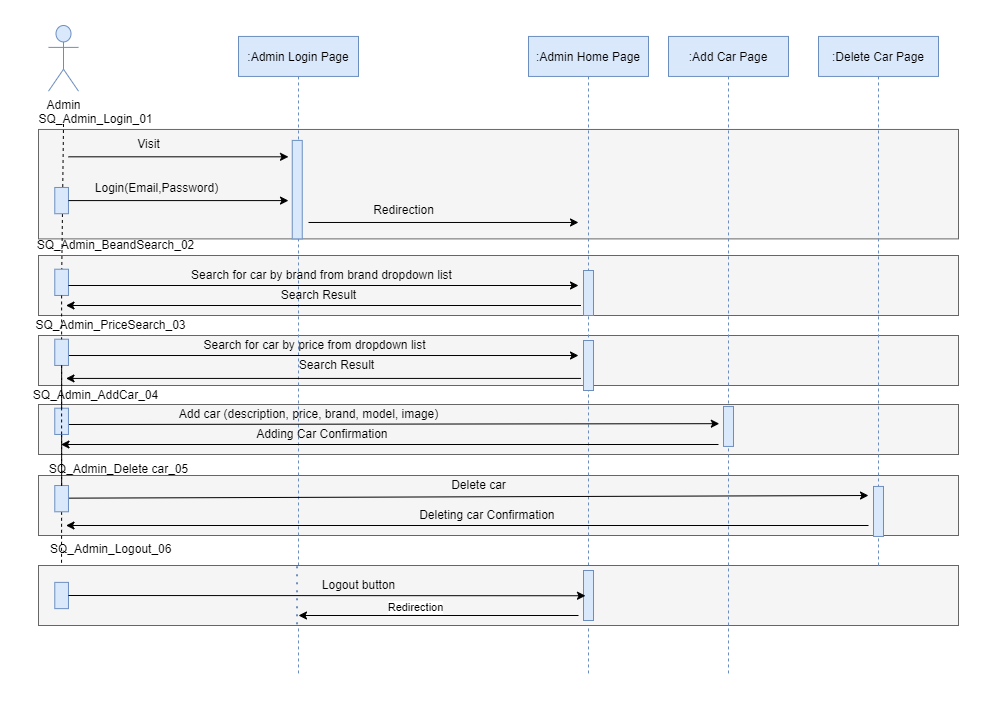
Above: 3- Design/Low-Level-Design/Sequence Diagram/Admin Sequence diagram.png in beshoysamehsamaan/Car-Purchasing-App (draw.io), before the change. Source tidied: cells renumbered, new cells last; positions are measured from the earlier drawing's top-left corner, leaving out a move shared by most shapes.
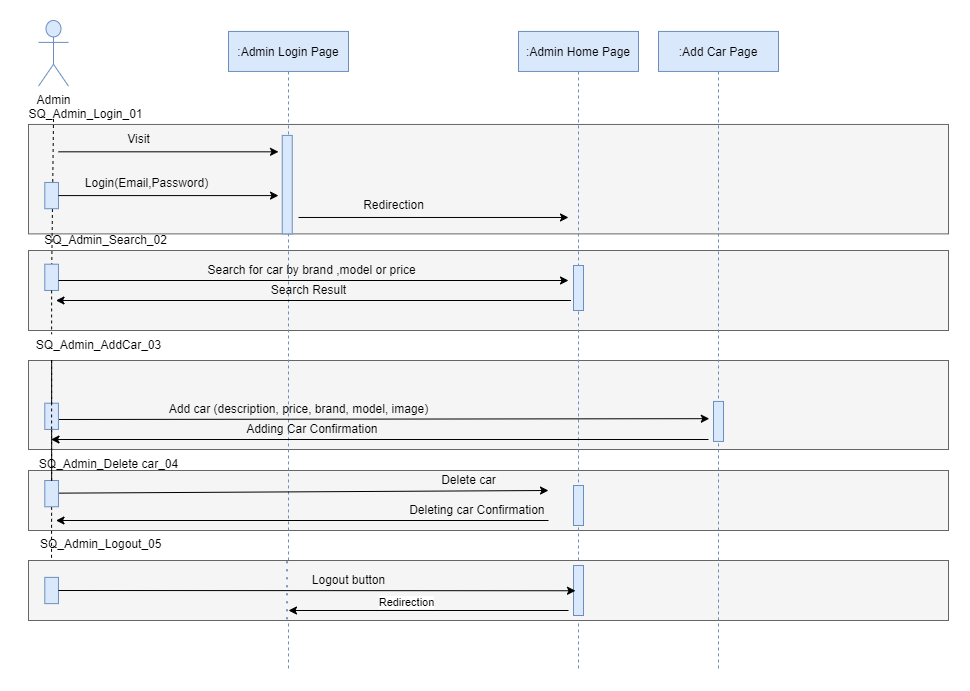
Above is the later version.

Commit message:
updated sequence diagram

Diff of the diagram source:
```diff
@@ -6,16 +6,13 @@
       <mxGeometry x="23" width="910" height="650" as="geometry" />
     </mxCell>
     <mxCell id="3" style="rounded=0;whiteSpace=wrap;html=1;fillColor=#f5f5f5;fontColor=#333333;strokeColor=#666666;" parent="2" vertex="1">
-      <mxGeometry x="-10" y="379" width="920" height="50" as="geometry" />
+      <mxGeometry x="-10" y="340" width="920" height="89" as="geometry" />
     </mxCell>
     <mxCell id="4" style="rounded=0;whiteSpace=wrap;html=1;fillColor=#f5f5f5;fontColor=#333333;strokeColor=#666666;" parent="2" vertex="1">
       <mxGeometry x="-10" y="450" width="920" height="60" as="geometry" />
     </mxCell>
-    <mxCell id="5" style="rounded=0;whiteSpace=wrap;html=1;fillColor=#f5f5f5;fontColor=#333333;strokeColor=#666666;" parent="2" vertex="1">
-      <mxGeometry x="-10" y="310" width="920" height="50" as="geometry" />
-    </mxCell>
     <mxCell id="6" style="rounded=0;whiteSpace=wrap;html=1;fillColor=#f5f5f5;fontColor=#333333;strokeColor=#666666;" parent="2" vertex="1">
-      <mxGeometry x="-10" y="230" width="920" height="60" as="geometry" />
+      <mxGeometry x="-10" y="230" width="920" height="80" as="geometry" />
     </mxCell>
     <mxCell id="7" style="rounded=0;whiteSpace=wrap;html=1;fillColor=#f5f5f5;fontColor=#333333;strokeColor=#666666;" parent="2" vertex="1">
       <mxGeometry x="-10" y="104" width="920" height="109.4" as="geometry" />
@@ -81,21 +78,14 @@
     <mxCell id="22" value="Redirection" style="text;html=1;align=center;verticalAlign=middle;strokeColor=none;fillColor=none;" parent="2" vertex="1">
       <mxGeometry x="315" y="175.1" width="80" height="20" as="geometry" />
     </mxCell>
-    <mxCell id="23" value="Search for car by brand from brand dropdown list" style="text;html=1;align=center;verticalAlign=middle;strokeColor=none;fillColor=none;" parent="2" vertex="1">
-      <mxGeometry x="132.5" y="235" width="280" height="30" as="geometry" />
+    <mxCell id="23" value="Search for car by brand ,model or price" style="text;html=1;align=center;verticalAlign=middle;strokeColor=none;fillColor=none;" parent="2" vertex="1">
+      <mxGeometry x="157.5" y="235" width="230" height="30" as="geometry" />
     </mxCell>
-    <mxCell id="24" value="Search for car by price from dropdown list" style="text;html=1;align=center;verticalAlign=middle;strokeColor=none;fillColor=none;" parent="2" vertex="1">
-      <mxGeometry x="141" y="305" width="250" height="30" as="geometry" />
-    </mxCell>
-    <mxCell id="25" style="endArrow=none;dashed=1;html=1;rounded=0;startArrow=none;" parent="2" edge="1" source="44" target="39">
-      <mxGeometry relative="1" as="geometry" />
+    <mxCell id="25" style="endArrow=none;dashed=1;html=1;rounded=0;startArrow=none;" parent="2" edge="1" source="44">
+      <mxGeometry relative="1" as="geometry">
+        <mxPoint x="13.1" y="340" as="targetPoint" />
+      </mxGeometry>
     </mxCell>
-    <mxCell id="26" style="endArrow=classic;html=1;rounded=0;" parent="2" edge="1">
-      <mxGeometry relative="1" as="geometry">
-        <mxPoint x="20" y="330" as="sourcePoint" />
-        <mxPoint x="530" y="330" as="targetPoint" />
-      </mxGeometry>
-    </mxCell>
     <mxCell id="27" style="endArrow=none;dashed=1;html=1;rounded=0;startArrow=none;" parent="2" edge="1" source="44">
       <mxGeometry relative="1" as="geometry">
         <mxPoint x="13" y="563" as="targetPoint" />
@@ -112,12 +102,6 @@
         <mxPoint x="20" y="399" as="sourcePoint" />
       </mxGeometry>
     </mxCell>
-    <mxCell id="31" style="endArrow=classic;html=1;rounded=0;" parent="2" edge="1">
-      <mxGeometry relative="1" as="geometry">
-        <mxPoint x="532.5" y="352.9" as="sourcePoint" />
-        <mxPoint x="17.5" y="352.9" as="targetPoint" />
-      </mxGeometry>
-    </mxCell>
     <mxCell id="32" value="Adding Car Confirmation&amp;nbsp;" style="text;html=1;align=center;verticalAlign=middle;strokeColor=none;fillColor=none;" parent="2" vertex="1">
       <mxGeometry x="200" y="399" width="150" height="20" as="geometry" />
     </mxCell>
@@ -127,7 +111,7 @@
     <mxCell id="34" style="endArrow=classic;html=1;rounded=0;" parent="2" edge="1">
       <mxGeometry relative="1" as="geometry">
         <mxPoint x="17.5" y="472.7" as="sourcePoint" />
-        <mxPoint x="820" y="470" as="targetPoint" />
+        <mxPoint x="510" y="470" as="targetPoint" />
       </mxGeometry>
     </mxCell>
     <mxCell id="35" value="Add car (description, price, brand, model, image)" style="text;html=1;align=center;verticalAlign=middle;strokeColor=none;fillColor=none;" parent="2" vertex="1">
@@ -142,20 +126,18 @@
         <mxPoint x="12.5" y="419" as="targetPoint" />
       </mxGeometry>
     </mxCell>
-    <mxCell id="38" value="Search Result" style="text;html=1;align=center;verticalAlign=middle;strokeColor=none;fillColor=none;" parent="2" vertex="1">
-      <mxGeometry x="237.5" y="325" width="100" height="30" as="geometry" />
-    </mxCell>
-    <mxCell id="39" style="rounded=0;whiteSpace=wrap;html=1;rotation=90;fillColor=#dae8fc;strokeColor=#6c8ebf;" parent="2" vertex="1">
-      <mxGeometry y="320" width="26.2" height="13.7" as="geometry" />
-    </mxCell>
-    <mxCell id="40" style="endArrow=none;dashed=1;html=1;rounded=0;startArrow=none;" parent="2" edge="1" source="19" target="39">
-      <mxGeometry relative="1" as="geometry" />
+    <mxCell id="40" style="endArrow=none;dashed=1;html=1;rounded=0;startArrow=none;" parent="2" edge="1" source="19">
+      <mxGeometry relative="1" as="geometry">
+        <mxPoint x="13.1" y="313.7" as="targetPoint" />
+      </mxGeometry>
     </mxCell>
     <mxCell id="41" style="rounded=0;whiteSpace=wrap;html=1;rotation=90;fillColor=#dae8fc;strokeColor=#6c8ebf;" parent="2" vertex="1">
       <mxGeometry y="389" width="26.2" height="13.7" as="geometry" />
     </mxCell>
-    <mxCell id="42" style="endArrow=none;dashed=1;html=1;rounded=0;startArrow=none;" parent="2" edge="1" source="39" target="41">
-      <mxGeometry relative="1" as="geometry" />
+    <mxCell id="42" style="endArrow=none;dashed=1;html=1;rounded=0;startArrow=none;" parent="2" edge="1" target="41">
+      <mxGeometry relative="1" as="geometry">
+        <mxPoint x="13.1" y="340" as="sourcePoint" />
+      </mxGeometry>
     </mxCell>
     <mxCell id="43" value="SQ_Admin_Login_01" style="text;html=1;align=center;verticalAlign=middle;strokeColor=none;fillColor=none;" parent="2" vertex="1">
       <mxGeometry x="-18.1" y="84" width="130" height="20" as="geometry" />
@@ -163,19 +145,21 @@
     <mxCell id="44" style="rounded=0;whiteSpace=wrap;html=1;rotation=90;fillColor=#dae8fc;strokeColor=#6c8ebf;" parent="2" vertex="1">
       <mxGeometry y="466.3" width="26.2" height="13.7" as="geometry" />
     </mxCell>
-    <mxCell id="45" style="endArrow=none;dashed=1;html=1;rounded=0;startArrow=none;" parent="2" edge="1" source="39" target="44">
-      <mxGeometry relative="1" as="geometry" />
+    <mxCell id="45" style="endArrow=none;dashed=1;html=1;rounded=0;startArrow=none;" parent="2" edge="1" target="44">
+      <mxGeometry relative="1" as="geometry">
+        <mxPoint x="13.1" y="340" as="sourcePoint" />
+      </mxGeometry>
     </mxCell>
     <mxCell id="46" style="endArrow=classic;html=1;rounded=0;" parent="2" edge="1">
       <mxGeometry relative="1" as="geometry">
-        <mxPoint x="820" y="500" as="sourcePoint" />
+        <mxPoint x="510" y="500" as="sourcePoint" />
         <mxPoint x="17.5" y="500" as="targetPoint" />
       </mxGeometry>
     </mxCell>
-    <mxCell id="47" value="SQ_Admin_AddCar_04" style="text;html=1;align=center;verticalAlign=middle;strokeColor=none;fillColor=none;" parent="2" vertex="1">
-      <mxGeometry x="-23.1" y="360" width="140" height="20" as="geometry" />
+    <mxCell id="47" value="SQ_Admin_AddCar_03" style="text;html=1;align=center;verticalAlign=middle;strokeColor=none;fillColor=none;" parent="2" vertex="1">
+      <mxGeometry x="-15" y="310" width="150" height="30" as="geometry" />
     </mxCell>
-    <mxCell id="48" value="SQ_Admin_Delete car_05" style="text;html=1;align=center;verticalAlign=middle;strokeColor=none;fillColor=none;" parent="2" vertex="1">
+    <mxCell id="48" value="SQ_Admin_Delete car_04" style="text;html=1;align=center;verticalAlign=middle;strokeColor=none;fillColor=none;" parent="2" vertex="1">
       <mxGeometry x="-10" y="429" width="160" height="30" as="geometry" />
     </mxCell>
     <mxCell id="49" style="endArrow=classic;html=1;rounded=0;" parent="2" edge="1">
@@ -184,9 +168,6 @@
         <mxPoint x="17.5" y="280" as="targetPoint" />
       </mxGeometry>
     </mxCell>
-    <mxCell id="50" style="perimeter=orthogonalPerimeter;rounded=0;shadow=0;strokeWidth=1;fillColor=#dae8fc;strokeColor=#6c8ebf;" parent="2" vertex="1">
-      <mxGeometry x="535" y="315" width="10" height="50" as="geometry" />
-    </mxCell>
     <mxCell id="51" style="perimeter=orthogonalPerimeter;rounded=0;shadow=0;strokeWidth=1;fillColor=#dae8fc;strokeColor=#6c8ebf;" parent="2" vertex="1">
       <mxGeometry x="535" y="245" width="10" height="45" as="geometry" />
     </mxCell>
@@ -196,7 +177,7 @@
     <mxCell id="53" style="rounded=0;whiteSpace=wrap;html=1;fillColor=#f5f5f5;fontColor=#333333;strokeColor=#666666;" parent="2" vertex="1">
       <mxGeometry x="-10" y="540" width="920" height="60" as="geometry" />
     </mxCell>
-    <mxCell id="54" value="SQ_Admin_Logout_06" style="text;whiteSpace=wrap;html=1;" parent="2" vertex="1">
+    <mxCell id="54" value="SQ_Admin_Logout_05" style="text;whiteSpace=wrap;html=1;" parent="2" vertex="1">
       <mxGeometry y="510" width="170" height="40" as="geometry" />
     </mxCell>
     <mxCell id="55" style="rounded=0;whiteSpace=wrap;html=1;rotation=90;fillColor=#dae8fc;strokeColor=#6c8ebf;" parent="2" vertex="1">
@@ -214,24 +195,18 @@
     <mxCell id="59" style="endArrow=none;dashed=1;html=1;dashPattern=1 3;strokeWidth=2;rounded=0;exitX=0.281;exitY=0.013;exitDx=0;exitDy=0;exitPerimeter=0;entryX=0.281;entryY=0.996;entryDx=0;entryDy=0;entryPerimeter=0;fillColor=#dae8fc;strokeColor=#6c8ebf;" parent="2" edge="1" source="53" target="53">
       <mxGeometry relative="1" as="geometry" />
     </mxCell>
+    <mxCell id="68" style="perimeter=orthogonalPerimeter;rounded=0;shadow=0;strokeWidth=1;fillColor=#dae8fc;strokeColor=#6c8ebf;" parent="2" vertex="1">
+      <mxGeometry x="535" y="465" width="10" height="40" as="geometry" />
+    </mxCell>
     <mxCell id="60" value=":Add Car Page" style="shape=umlLifeline;perimeter=lifelinePerimeter;rounded=0;shadow=0;strokeWidth=1;fillColor=#dae8fc;strokeColor=#6c8ebf;" parent="1" vertex="1">
       <mxGeometry x="643" y="10.9" width="120" height="639.1" as="geometry" />
     </mxCell>
     <mxCell id="61" style="points=[];perimeter=orthogonalPerimeter;rounded=0;shadow=0;strokeWidth=1;fillColor=#dae8fc;strokeColor=#6c8ebf;" parent="60" vertex="1">
       <mxGeometry x="55" y="370" width="10" height="40" as="geometry" />
     </mxCell>
-    <mxCell id="62" value=":Delete Car Page" style="shape=umlLifeline;perimeter=lifelinePerimeter;rounded=0;shadow=0;strokeWidth=1;fillColor=#dae8fc;strokeColor=#6c8ebf;" parent="1" vertex="1">
-      <mxGeometry x="793" y="10.9" width="120" height="529.1" as="geometry" />
-    </mxCell>
-    <mxCell id="63" style="perimeter=orthogonalPerimeter;rounded=0;shadow=0;strokeWidth=1;fillColor=#dae8fc;strokeColor=#6c8ebf;" parent="62" vertex="1">
-      <mxGeometry x="55" y="450" width="10" height="50" as="geometry" />
-    </mxCell>
-    <mxCell id="64" value="SQ_Admin_BeandSearch_02" style="text;html=1;align=center;verticalAlign=middle;strokeColor=none;fillColor=none;" parent="1" vertex="1">
-      <mxGeometry x="-0.1" y="205" width="180" height="30" as="geometry" />
+    <mxCell id="64" value="SQ_Admin_Search_02" style="text;html=1;align=center;verticalAlign=middle;strokeColor=none;fillColor=none;" parent="1" vertex="1">
+      <mxGeometry x="14.9" y="205" width="150" height="30" as="geometry" />
     </mxCell>
-    <mxCell id="65" value="SQ_Admin_PriceSearch_03" style="text;html=1;align=center;verticalAlign=middle;strokeColor=none;fillColor=none;" parent="1" vertex="1">
-      <mxGeometry x="-0.1" y="285" width="170" height="30" as="geometry" />
-    </mxCell>
     <mxCell id="66" style="endArrow=classic;html=1;rounded=0;" parent="1" edge="1">
       <mxGeometry relative="1" as="geometry">
         <mxPoint x="553" y="590" as="sourcePoint" />
```
